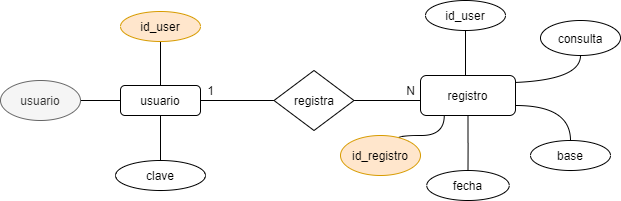
Above: DER_bdd.png in juani347/BDD2_TP (draw.io), before the change. Source tidied: cells renumbered, new cells last; positions are measured from the earlier drawing's top-left corner, leaving out a move shared by most shapes. Source of this version:
```xml
<mxGraphModel>
  <root>
    <mxCell id="0" />
    <mxCell id="1" parent="0" />
    <mxCell id="2" style="edgeStyle=orthogonalEdgeStyle;rounded=0;jettySize=auto;html=1;endArrow=none;endFill=0;" parent="1" edge="1" source="16" target="7">
      <mxGeometry relative="1" as="geometry" />
    </mxCell>
    <mxCell id="3" style="edgeStyle=orthogonalEdgeStyle;rounded=0;jettySize=auto;html=1;endArrow=none;endFill=0;curved=1;" parent="1" edge="1" target="8">
      <mxGeometry relative="1" as="geometry">
        <mxPoint x="465" y="75" as="sourcePoint" />
      </mxGeometry>
    </mxCell>
    <mxCell id="4" style="edgeStyle=orthogonalEdgeStyle;curved=1;rounded=0;jettySize=auto;html=1;exitX=1;exitY=0;exitDx=0;exitDy=0;endArrow=none;endFill=0;" parent="1" edge="1" target="11">
      <mxGeometry relative="1" as="geometry">
        <mxPoint x="496.8" y="82.3" as="sourcePoint" />
      </mxGeometry>
    </mxCell>
    <mxCell id="5" style="edgeStyle=orthogonalEdgeStyle;curved=1;rounded=0;jettySize=auto;html=1;exitX=1;exitY=0.75;exitDx=0;exitDy=0;endArrow=none;endFill=0;" parent="1" edge="1" source="19" target="12">
      <mxGeometry relative="1" as="geometry" />
    </mxCell>
    <mxCell id="6" style="edgeStyle=orthogonalEdgeStyle;rounded=0;jettySize=auto;html=1;exitX=1;exitY=0.5;exitDx=0;exitDy=0;entryX=0;entryY=0.5;entryDx=0;entryDy=0;endArrow=none;endFill=0;" parent="1" edge="1" source="7">
      <mxGeometry relative="1" as="geometry">
        <mxPoint x="420" y="100" as="targetPoint" />
      </mxGeometry>
    </mxCell>
    <mxCell id="7" value="registra" style="rhombus;whiteSpace=wrap;html=1;" parent="1" vertex="1">
      <mxGeometry x="273.5" y="70" width="80" height="60" as="geometry" />
    </mxCell>
    <mxCell id="8" value="id_user" style="ellipse;whiteSpace=wrap;html=1;" parent="1" vertex="1">
      <mxGeometry x="425" width="80" height="30" as="geometry" />
    </mxCell>
    <mxCell id="9" value="N" style="text;html=1;align=center;verticalAlign=middle;" parent="1" vertex="1">
      <mxGeometry x="400" y="80" width="20" height="20" as="geometry" />
    </mxCell>
    <mxCell id="10" value="1" style="text;html=1;align=center;verticalAlign=middle;" parent="1" vertex="1">
      <mxGeometry x="200" y="80" width="20" height="20" as="geometry" />
    </mxCell>
    <mxCell id="11" value="consulta" style="ellipse;whiteSpace=wrap;html=1;" parent="1" vertex="1">
      <mxGeometry x="540" y="20" width="80" height="35" as="geometry" />
    </mxCell>
    <mxCell id="12" value="base" style="ellipse;whiteSpace=wrap;html=1;" parent="1" vertex="1">
      <mxGeometry x="530" y="140" width="80" height="30" as="geometry" />
    </mxCell>
    <mxCell id="13" style="edgeStyle=orthogonalEdgeStyle;curved=1;rounded=0;jettySize=auto;html=1;exitX=0.5;exitY=0;exitDx=0;exitDy=0;entryX=0.5;entryY=1;entryDx=0;entryDy=0;endArrow=none;endFill=0;" parent="1" edge="1" source="16" target="22">
      <mxGeometry relative="1" as="geometry" />
    </mxCell>
    <mxCell id="14" style="edgeStyle=orthogonalEdgeStyle;curved=1;rounded=0;jettySize=auto;html=1;exitX=0.5;exitY=1;exitDx=0;exitDy=0;endArrow=none;endFill=0;" parent="1" edge="1" source="16" target="23">
      <mxGeometry relative="1" as="geometry" />
    </mxCell>
    <mxCell id="15" style="edgeStyle=orthogonalEdgeStyle;curved=1;rounded=0;jettySize=auto;html=1;exitX=0;exitY=0.5;exitDx=0;exitDy=0;endArrow=none;endFill=0;" parent="1" edge="1" source="16" target="24">
      <mxGeometry relative="1" as="geometry" />
    </mxCell>
    <mxCell id="16" value="usuario" style="rounded=1;whiteSpace=wrap;html=1;" parent="1" vertex="1">
      <mxGeometry x="120" y="85" width="80" height="30" as="geometry" />
    </mxCell>
    <mxCell id="17" style="edgeStyle=orthogonalEdgeStyle;curved=1;rounded=0;jettySize=auto;html=1;exitX=0.5;exitY=1;exitDx=0;exitDy=0;endArrow=none;endFill=0;" parent="1" edge="1" source="19" target="20">
      <mxGeometry relative="1" as="geometry" />
    </mxCell>
    <mxCell id="18" style="edgeStyle=orthogonalEdgeStyle;curved=1;rounded=0;jettySize=auto;html=1;exitX=0.25;exitY=1;exitDx=0;exitDy=0;endArrow=none;endFill=0;entryX=1;entryY=0;entryDx=0;entryDy=0;" parent="1" edge="1" source="19" target="21">
      <mxGeometry relative="1" as="geometry">
        <Array as="points">
          <mxPoint x="444" y="135" />
          <mxPoint x="398" y="135" />
        </Array>
      </mxGeometry>
    </mxCell>
    <mxCell id="19" value="registro" style="rounded=1;whiteSpace=wrap;html=1;" parent="1" vertex="1">
      <mxGeometry x="420" y="75" width="95" height="40" as="geometry" />
    </mxCell>
    <mxCell id="20" value="fecha" style="ellipse;whiteSpace=wrap;html=1;" parent="1" vertex="1">
      <mxGeometry x="426.2" y="170" width="82.5" height="30" as="geometry" />
    </mxCell>
    <mxCell id="21" value="id_registro" style="ellipse;whiteSpace=wrap;html=1;fillColor=#ffe6cc;strokeColor=#d79b00;" parent="1" vertex="1">
      <mxGeometry x="340" y="135" width="80" height="40" as="geometry" />
    </mxCell>
    <mxCell id="22" value="id_user" style="ellipse;whiteSpace=wrap;html=1;fillColor=#ffe6cc;strokeColor=#d79b00;" parent="1" vertex="1">
      <mxGeometry x="120" y="11" width="80" height="30" as="geometry" />
    </mxCell>
    <mxCell id="23" value="clave" style="ellipse;whiteSpace=wrap;html=1;" parent="1" vertex="1">
      <mxGeometry x="115" y="160" width="90" height="30" as="geometry" />
    </mxCell>
    <mxCell id="24" value="usuario" style="ellipse;whiteSpace=wrap;html=1;fillColor=#f5f5f5;strokeColor=#666666;fontColor=#333333;" parent="1" vertex="1">
      <mxGeometry y="80" width="80" height="40" as="geometry" />
    </mxCell>
  </root>
</mxGraphModel>
```
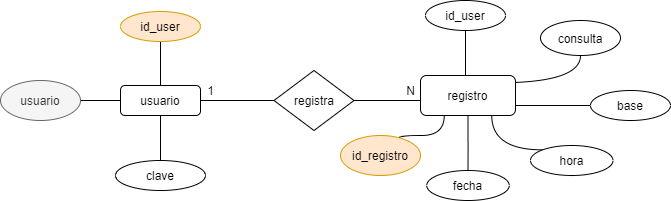
After the change.

What changed in the source:
```diff
@@ -39,7 +39,7 @@
       <mxGeometry x="540" y="20" width="80" height="35" as="geometry" />
     </mxCell>
     <mxCell id="12" value="base" style="ellipse;whiteSpace=wrap;html=1;" parent="1" vertex="1">
-      <mxGeometry x="530" y="140" width="80" height="30" as="geometry" />
+      <mxGeometry x="590" y="90" width="80" height="30" as="geometry" />
     </mxCell>
     <mxCell id="13" style="edgeStyle=orthogonalEdgeStyle;curved=1;rounded=0;jettySize=auto;html=1;exitX=0.5;exitY=0;exitDx=0;exitDy=0;entryX=0.5;entryY=1;entryDx=0;entryDy=0;endArrow=none;endFill=0;" parent="1" edge="1" source="16" target="22">
       <mxGeometry relative="1" as="geometry" />
@@ -64,6 +64,13 @@
         </Array>
       </mxGeometry>
     </mxCell>
+    <mxCell id="25" style="edgeStyle=orthogonalEdgeStyle;rounded=0;jettySize=auto;html=1;exitX=0.75;exitY=1;exitDx=0;exitDy=0;curved=1;entryX=0;entryY=0;entryDx=0;entryDy=0;endArrow=none;endFill=0;" parent="1" edge="1" source="19" target="26">
+      <mxGeometry relative="1" as="geometry">
+        <Array as="points">
+          <mxPoint x="491" y="149" />
+        </Array>
+      </mxGeometry>
+    </mxCell>
     <mxCell id="19" value="registro" style="rounded=1;whiteSpace=wrap;html=1;" parent="1" vertex="1">
       <mxGeometry x="420" y="75" width="95" height="40" as="geometry" />
     </mxCell>
@@ -82,5 +89,8 @@
     <mxCell id="24" value="usuario" style="ellipse;whiteSpace=wrap;html=1;fillColor=#f5f5f5;strokeColor=#666666;fontColor=#333333;" parent="1" vertex="1">
       <mxGeometry y="80" width="80" height="40" as="geometry" />
     </mxCell>
+    <mxCell id="26" value="hora" style="ellipse;whiteSpace=wrap;html=1;" parent="1" vertex="1">
+      <mxGeometry x="530" y="145" width="82.5" height="30" as="geometry" />
+    </mxCell>
   </root>
 </mxGraphModel>
```
